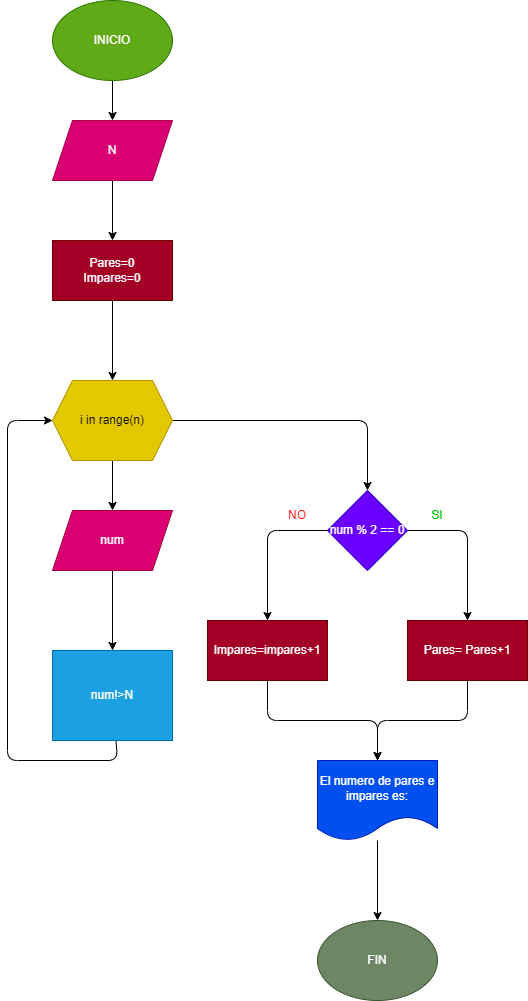
This is ejercicio-1/diagrama.png from Steeven117/Ejercicio-for, a draw.io export, as it was before one commit. Source tidied: cells renumbered, new cells last; positions are measured from the earlier drawing's top-left corner, leaving out a move shared by most shapes.
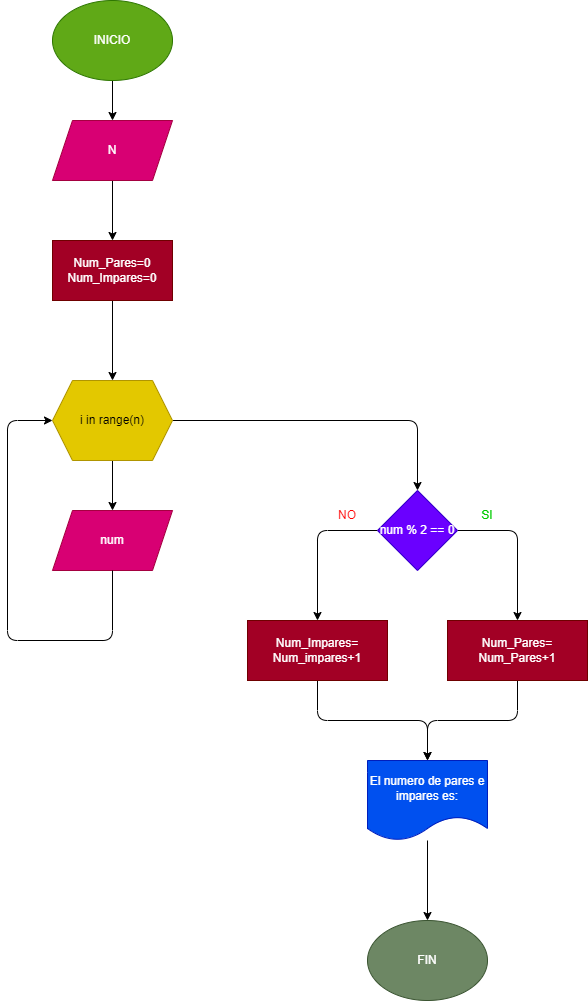
Later version of the same file.

What changed in the source:
```diff
@@ -11,7 +11,7 @@
     <mxCell id="4" style="edgeStyle=none;html=1;" parent="1" edge="1" source="5" target="8">
       <mxGeometry relative="1" as="geometry" />
     </mxCell>
-    <mxCell id="5" value="Pares=0&lt;br&gt;Impares=0" style="whiteSpace=wrap;html=1;fillColor=#a20025;fontColor=#ffffff;strokeColor=#6F0000;" parent="1" vertex="1">
+    <mxCell id="5" value="Num_Pares=0&lt;br&gt;Num_Impares=0" style="whiteSpace=wrap;html=1;fillColor=#a20025;fontColor=#ffffff;strokeColor=#6F0000;" parent="1" vertex="1">
       <mxGeometry x="45" y="240" width="120" height="60" as="geometry" />
     </mxCell>
     <mxCell id="6" style="edgeStyle=none;html=1;entryX=0.5;entryY=0;entryDx=0;entryDy=0;" parent="1" edge="1" source="8" target="12">
@@ -20,7 +20,7 @@
     <mxCell id="7" style="edgeStyle=none;html=1;" parent="1" edge="1" source="8" target="17">
       <mxGeometry relative="1" as="geometry">
         <Array as="points">
-          <mxPoint x="360" y="420" />
+          <mxPoint x="410" y="420" />
         </Array>
       </mxGeometry>
     </mxCell>
@@ -33,77 +33,71 @@
     <mxCell id="10" value="N" style="shape=parallelogram;perimeter=parallelogramPerimeter;whiteSpace=wrap;html=1;fixedSize=1;fillColor=#d80073;fontColor=#ffffff;strokeColor=#A50040;" parent="1" vertex="1">
       <mxGeometry x="45" y="120" width="120" height="60" as="geometry" />
     </mxCell>
-    <mxCell id="11" style="edgeStyle=none;html=1;" parent="1" edge="1" source="12" target="14">
-      <mxGeometry relative="1" as="geometry" />
-    </mxCell>
     <mxCell id="12" value="num" style="shape=parallelogram;perimeter=parallelogramPerimeter;whiteSpace=wrap;html=1;fixedSize=1;fillColor=#d80073;fontColor=#ffffff;strokeColor=#A50040;" parent="1" vertex="1">
       <mxGeometry x="45" y="510" width="120" height="60" as="geometry" />
     </mxCell>
-    <mxCell id="13" style="edgeStyle=none;html=1;entryX=0;entryY=0.5;entryDx=0;entryDy=0;" parent="1" edge="1" source="14" target="8">
+    <mxCell id="13" style="edgeStyle=none;html=1;entryX=0;entryY=0.5;entryDx=0;entryDy=0;exitX=0.5;exitY=1;exitDx=0;exitDy=0;" parent="1" edge="1" source="12" target="8">
       <mxGeometry relative="1" as="geometry">
         <Array as="points">
-          <mxPoint x="110" y="760" />
-          <mxPoint y="760" />
+          <mxPoint x="105" y="640" />
+          <mxPoint y="640" />
           <mxPoint y="420" />
         </Array>
       </mxGeometry>
     </mxCell>
-    <mxCell id="14" value="num!&amp;gt;N" style="whiteSpace=wrap;html=1;fillColor=#1ba1e2;fontColor=#ffffff;strokeColor=#006EAF;" parent="1" vertex="1">
-      <mxGeometry x="45" y="650" width="120" height="90" as="geometry" />
-    </mxCell>
     <mxCell id="15" style="edgeStyle=none;html=1;" parent="1" edge="1" source="17" target="19">
       <mxGeometry relative="1" as="geometry">
         <Array as="points">
-          <mxPoint x="260" y="530" />
+          <mxPoint x="310" y="530" />
         </Array>
       </mxGeometry>
     </mxCell>
     <mxCell id="16" style="edgeStyle=none;html=1;" parent="1" edge="1" source="17" target="21">
       <mxGeometry relative="1" as="geometry">
         <Array as="points">
-          <mxPoint x="460" y="530" />
+          <mxPoint x="510" y="530" />
         </Array>
       </mxGeometry>
     </mxCell>
     <mxCell id="17" value="num % 2 == 0" style="rhombus;whiteSpace=wrap;html=1;fillColor=#6a00ff;fontColor=#ffffff;strokeColor=#3700CC;" parent="1" vertex="1">
-      <mxGeometry x="320" y="490" width="80" height="80" as="geometry" />
+      <mxGeometry x="370" y="490" width="80" height="80" as="geometry" />
     </mxCell>
     <mxCell id="18" style="edgeStyle=none;html=1;" parent="1" edge="1" source="19" target="25">
       <mxGeometry relative="1" as="geometry">
         <Array as="points">
-          <mxPoint x="260" y="720" />
-          <mxPoint x="370" y="720" />
+          <mxPoint x="310" y="720" />
+          <mxPoint x="420" y="720" />
         </Array>
       </mxGeometry>
     </mxCell>
-    <mxCell id="19" value="Impares=impares+1" style="whiteSpace=wrap;html=1;fillColor=#a20025;fontColor=#ffffff;strokeColor=#6F0000;" parent="1" vertex="1">
-      <mxGeometry x="200" y="620" width="120" height="60" as="geometry" />
+    <mxCell id="19" value="Num_Impares=&lt;br&gt;Num_impares+1" style="whiteSpace=wrap;html=1;fillColor=#a20025;fontColor=#ffffff;strokeColor=#6F0000;" parent="1" vertex="1">
+      <mxGeometry x="240" y="620" width="140" height="60" as="geometry" />
     </mxCell>
     <mxCell id="20" style="edgeStyle=none;html=1;entryX=0.5;entryY=0;entryDx=0;entryDy=0;" parent="1" edge="1" source="21" target="25">
       <mxGeometry relative="1" as="geometry">
         <Array as="points">
-          <mxPoint x="460" y="720" />
-          <mxPoint x="370" y="720" />
+          <mxPoint x="510" y="720" />
+          <mxPoint x="420" y="720" />
         </Array>
       </mxGeometry>
     </mxCell>
-    <mxCell id="21" value="Pares= Pares+1" style="whiteSpace=wrap;html=1;fillColor=#a20025;fontColor=#ffffff;strokeColor=#6F0000;" parent="1" vertex="1">
-      <mxGeometry x="400" y="620" width="120" height="60" as="geometry" />
+    <mxCell id="21" value="Num_Pares=&lt;br&gt;Num_Pares+1" style="whiteSpace=wrap;html=1;fillColor=#a20025;fontColor=#ffffff;strokeColor=#6F0000;" parent="1" vertex="1">
+      <mxGeometry x="440" y="620" width="140" height="60" as="geometry" />
     </mxCell>
     <mxCell id="22" value="&lt;font color=&quot;#00cc00&quot;&gt;SI&lt;/font&gt;" style="text;html=1;strokeColor=none;fillColor=none;align=center;verticalAlign=middle;whiteSpace=wrap;rounded=0;" parent="1" vertex="1">
-      <mxGeometry x="400" y="500" width="60" height="30" as="geometry" />
+      <mxGeometry x="450" y="500" width="60" height="30" as="geometry" />
     </mxCell>
     <mxCell id="23" value="&lt;font color=&quot;#ff0000&quot;&gt;NO&lt;/font&gt;" style="text;html=1;strokeColor=none;fillColor=none;align=center;verticalAlign=middle;whiteSpace=wrap;rounded=0;" parent="1" vertex="1">
-      <mxGeometry x="260" y="500" width="60" height="30" as="geometry" />
+      <mxGeometry x="310" y="500" width="60" height="30" as="geometry" />
     </mxCell>
     <mxCell id="24" style="edgeStyle=none;html=1;" parent="1" edge="1" source="25" target="26">
       <mxGeometry relative="1" as="geometry" />
     </mxCell>
     <mxCell id="25" value="El numero de pares e impares es:" style="shape=document;whiteSpace=wrap;html=1;boundedLbl=1;fillColor=#0050ef;fontColor=#ffffff;strokeColor=#001DBC;" parent="1" vertex="1">
-      <mxGeometry x="310" y="760" width="120" height="80" as="geometry" />
+      <mxGeometry x="360" y="760" width="120" height="80" as="geometry" />
     </mxCell>
     <mxCell id="26" value="FIN" style="ellipse;whiteSpace=wrap;html=1;fillColor=#6d8764;fontColor=#ffffff;strokeColor=#3A5431;" parent="1" vertex="1">
-      <mxGeometry x="310" y="920" width="120" height="80" as="geometry" />
+      <mxGeometry x="360" y="920" width="120" height="80" as="geometry" />
     </mxCell>
   </root>
 </mxGraphModel>
```
